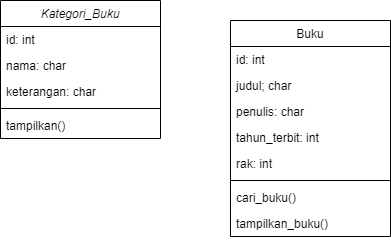
Before: class-diagram-perpus-digital.drawio.png, a diagram exported from draw.io (Rayival/TEFA_PerpusDigital). Source tidied: cells renumbered, new cells last; positions are measured from the earlier drawing's top-left corner, leaving out a move shared by most shapes.
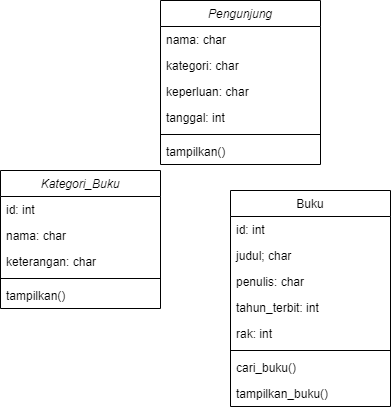
The same file after the commit.

Change to the diagram source:
```diff
@@ -47,5 +47,26 @@
     <mxCell id="16" value="tampilkan_buku()" style="text;align=left;verticalAlign=top;spacingLeft=4;spacingRight=4;overflow=hidden;" parent="8" vertex="1">
       <mxGeometry y="190" width="160" height="26" as="geometry" />
     </mxCell>
+    <mxCell id="17" value="Pengunjung" style="swimlane;fontStyle=2;align=center;verticalAlign=top;horizontal=1;startSize=26;rounded=0;shadow=0;strokeWidth=1;" parent="1" vertex="1">
+      <mxGeometry x="160" y="-170" width="160" height="164" as="geometry" />
+    </mxCell>
+    <mxCell id="18" value="nama: char" style="text;align=left;verticalAlign=top;spacingLeft=4;spacingRight=4;overflow=hidden;rounded=0;shadow=0;html=0;" parent="17" vertex="1">
+      <mxGeometry y="26" width="160" height="26" as="geometry" />
+    </mxCell>
+    <mxCell id="19" value="kategori: char" style="text;align=left;verticalAlign=top;spacingLeft=4;spacingRight=4;overflow=hidden;rounded=0;shadow=0;html=0;" parent="17" vertex="1">
+      <mxGeometry y="52" width="160" height="26" as="geometry" />
+    </mxCell>
+    <mxCell id="20" value="keperluan: char" style="text;align=left;verticalAlign=top;spacingLeft=4;spacingRight=4;overflow=hidden;" parent="17" vertex="1">
+      <mxGeometry y="78" width="160" height="26" as="geometry" />
+    </mxCell>
+    <mxCell id="21" value="tanggal: int&#10;" style="text;align=left;verticalAlign=top;spacingLeft=4;spacingRight=4;overflow=hidden;" parent="17" vertex="1">
+      <mxGeometry y="104" width="160" height="26" as="geometry" />
+    </mxCell>
+    <mxCell id="22" style="line;html=1;strokeWidth=1;align=left;verticalAlign=middle;spacingTop=-1;spacingLeft=3;spacingRight=3;labelPosition=right;" parent="17" vertex="1">
+      <mxGeometry y="130" width="160" height="8" as="geometry" />
+    </mxCell>
+    <mxCell id="23" value="tampilkan()" style="text;align=left;verticalAlign=top;spacingLeft=4;spacingRight=4;overflow=hidden;" parent="17" vertex="1">
+      <mxGeometry y="138" width="160" height="26" as="geometry" />
+    </mxCell>
   </root>
 </mxGraphModel>
```
